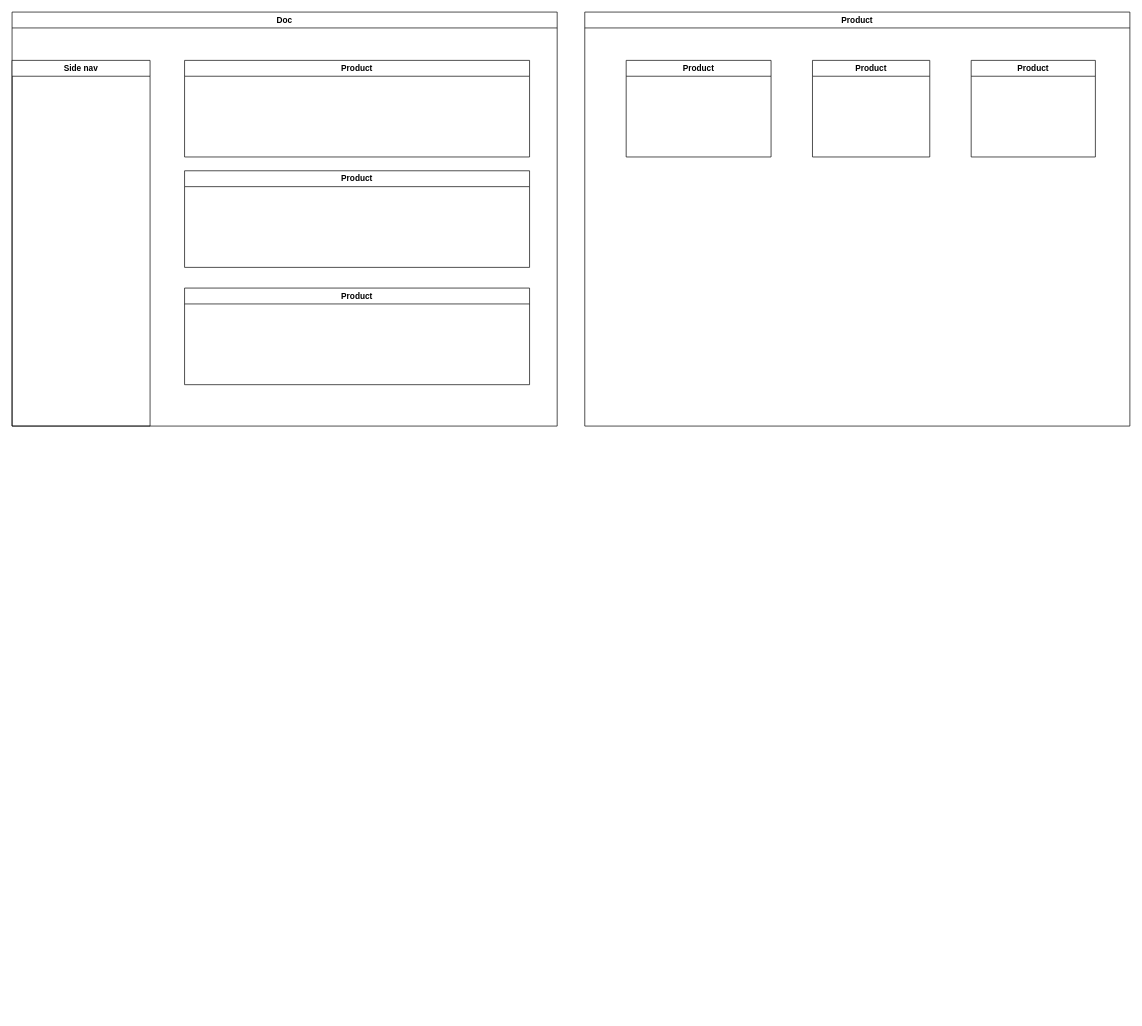
Before: Dronnex.drawio in pleycothh/DRONNEX, a draw.io diagram. Source tidied: cells renumbered, new cells numbered last; positions are measured from the earlier drawing's top-left corner, leaving out a move shared by most shapes. Both pictures are drawn from the tidied source at 69%, with x=0, y=0 at pixel (12, 12).
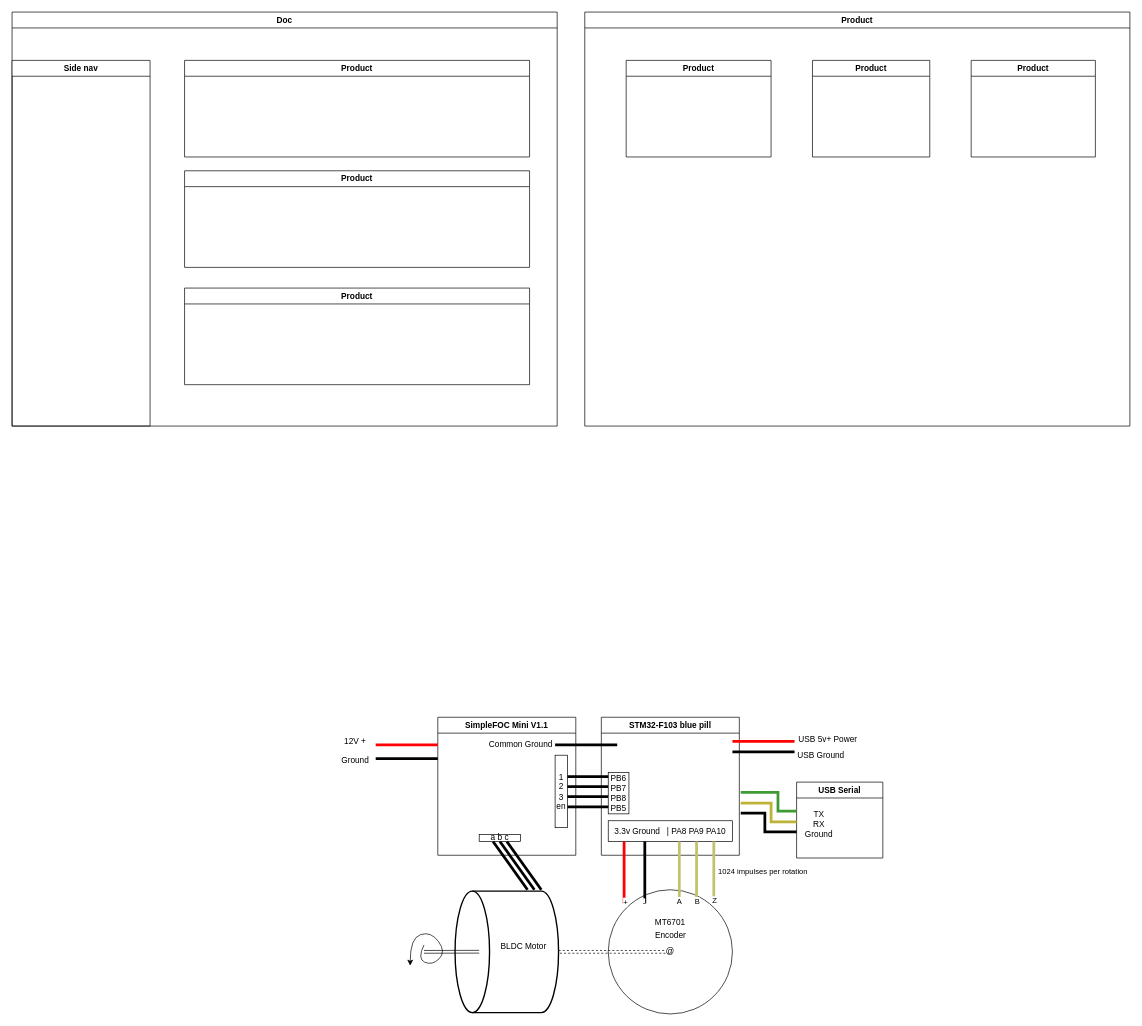
The same page after the edit.

Diff of the diagram source:
```diff
@@
+    <mxCell id="11" value="MT6701&lt;div&gt;&lt;br&gt;&lt;/div&gt;&lt;div&gt;&lt;br&gt;&lt;/div&gt;&lt;div&gt;@&lt;/div&gt;&lt;div&gt;&lt;br&gt;&lt;/div&gt;&lt;div&gt;&lt;br&gt;&lt;/div&gt;&lt;div&gt;&lt;br&gt;&lt;/div&gt;" style="ellipse;whiteSpace=wrap;html=1;" parent="1" vertex="1">
+      <mxGeometry x="864" y="1272" width="180" height="180" as="geometry" />
+    </mxCell>
+    <mxCell id="12" style="edgeStyle=orthogonalEdgeStyle;rounded=0;jettySize=auto;html=1;dashed=1;shape=link;" parent="1" edge="1" source="13">
+      <mxGeometry relative="1" as="geometry">
+        <mxPoint x="947" y="1362" as="targetPoint" />
+      </mxGeometry>
+    </mxCell>
+    <mxCell id="13" style="strokeWidth=2;html=1;shape=mxgraph.flowchart.database;whiteSpace=wrap;rotation=-90;" parent="1" vertex="1">
+      <mxGeometry x="629" y="1287" width="176" height="150" as="geometry" />
+    </mxCell>
+    <mxCell id="14" value="SimpleFOC Mini V1.1" style="swimlane;whiteSpace=wrap;html=1;" parent="1" vertex="1">
+      <mxGeometry x="617" y="1022" width="200" height="200" as="geometry" />
+    </mxCell>
+    <mxCell id="15" value="1&lt;div&gt;2&lt;/div&gt;&lt;div&gt;3&lt;/div&gt;&lt;div&gt;en&lt;/div&gt;" style="rounded=0;whiteSpace=wrap;html=1;" parent="14" vertex="1">
+      <mxGeometry x="170" y="55" width="18" height="105" as="geometry" />
+    </mxCell>
+    <mxCell id="16" value="a b c" style="rounded=0;whiteSpace=wrap;html=1;" parent="14" vertex="1">
+      <mxGeometry x="60" y="170" width="60" height="10" as="geometry" />
+    </mxCell>
+    <mxCell id="17" style="endArrow=none;html=1;rounded=0;strokeWidth=4;" parent="14" edge="1">
+      <mxGeometry relative="1" as="geometry">
+        <mxPoint x="150" y="250" as="sourcePoint" />
+        <mxPoint x="100" y="180" as="targetPoint" />
+      </mxGeometry>
+    </mxCell>
+    <mxCell id="18" style="edgeStyle=orthogonalEdgeStyle;rounded=0;orthogonalLoop=1;jettySize=auto;html=1;endArrow=none;startFill=0;strokeWidth=4;" parent="14" edge="1">
+      <mxGeometry relative="1" as="geometry">
+        <mxPoint x="247" y="100.7" as="sourcePoint" />
+        <mxPoint x="188" y="100.7" as="targetPoint" />
+        <Array as="points">
+          <mxPoint x="220" y="100.7" />
+          <mxPoint x="220" y="100.7" />
+        </Array>
+      </mxGeometry>
+    </mxCell>
+    <mxCell id="19" style="edgeStyle=orthogonalEdgeStyle;rounded=0;orthogonalLoop=1;jettySize=auto;html=1;endArrow=none;startFill=0;strokeWidth=4;" parent="14" edge="1">
+      <mxGeometry relative="1" as="geometry">
+        <mxPoint x="247" y="115" as="sourcePoint" />
+        <mxPoint x="188" y="115" as="targetPoint" />
+        <Array as="points">
+          <mxPoint x="220" y="115" />
+          <mxPoint x="220" y="115" />
+        </Array>
+      </mxGeometry>
+    </mxCell>
+    <mxCell id="20" style="edgeStyle=orthogonalEdgeStyle;rounded=0;orthogonalLoop=1;jettySize=auto;html=1;endArrow=none;startFill=0;strokeWidth=4;" parent="14" edge="1">
+      <mxGeometry relative="1" as="geometry">
+        <mxPoint x="180" y="40" as="sourcePoint" />
+        <mxPoint x="260" y="40" as="targetPoint" />
+        <Array as="points">
+          <mxPoint x="170" y="40" />
+          <mxPoint x="170" y="40" />
+        </Array>
+      </mxGeometry>
+    </mxCell>
+    <mxCell id="21" value="Common Ground" style="text;html=1;align=center;verticalAlign=middle;strokeColor=none;fillColor=none;" parent="14" vertex="1">
+      <mxGeometry x="60" y="25" width="120" height="30" as="geometry" />
+    </mxCell>
+    <mxCell id="22" value="STM32-F103 blue pill" style="swimlane;whiteSpace=wrap;html=1;" parent="1" vertex="1">
+      <mxGeometry x="854" y="1022" width="200" height="200" as="geometry" />
+    </mxCell>
+    <mxCell id="23" value="PB6&lt;div&gt;PB7&lt;/div&gt;&lt;div&gt;PB8&lt;/div&gt;&lt;div&gt;PB5&lt;/div&gt;" style="rounded=0;whiteSpace=wrap;html=1;" parent="22" vertex="1">
+      <mxGeometry x="10" y="80" width="30" height="60" as="geometry" />
+    </mxCell>
+    <mxCell id="24" value="3.3v Ground&amp;nbsp; &amp;nbsp;| PA8 PA9 PA10" style="rounded=0;whiteSpace=wrap;html=1;" parent="22" vertex="1">
+      <mxGeometry x="10" y="150" width="180" height="30" as="geometry" />
+    </mxCell>
+    <mxCell id="25" style="edgeStyle=orthogonalEdgeStyle;rounded=0;orthogonalLoop=1;jettySize=auto;html=1;endArrow=none;startFill=0;strokeWidth=4;" parent="22" edge="1">
+      <mxGeometry relative="1" as="geometry">
+        <mxPoint x="63" y="270" as="sourcePoint" />
+        <mxPoint x="63" y="180" as="targetPoint" />
+        <Array as="points">
+          <mxPoint x="63" y="240" />
+          <mxPoint x="63" y="210" />
+        </Array>
+      </mxGeometry>
+    </mxCell>
+    <mxCell id="26" value="-" style="edgeLabel;html=1;align=center;verticalAlign=middle;" parent="25" vertex="1">
+      <mxGeometry x="-0.95" y="2" relative="1" as="geometry" />
+    </mxCell>
+    <mxCell id="27" style="edgeStyle=orthogonalEdgeStyle;rounded=0;orthogonalLoop=1;jettySize=auto;html=1;endArrow=none;startFill=0;strokeWidth=4;strokeColor=light-dark(#c1c26b, #ededed);" parent="22" edge="1">
+      <mxGeometry relative="1" as="geometry">
+        <mxPoint x="138" y="270" as="sourcePoint" />
+        <mxPoint x="138" y="180" as="targetPoint" />
+        <Array as="points">
+          <mxPoint x="138" y="240" />
+          <mxPoint x="138" y="210" />
+        </Array>
+      </mxGeometry>
+    </mxCell>
+    <mxCell id="28" value="B" style="edgeLabel;html=1;align=center;verticalAlign=middle;" parent="27" vertex="1">
+      <mxGeometry x="-0.91" relative="1" as="geometry" />
+    </mxCell>
+    <mxCell id="29" style="edgeStyle=orthogonalEdgeStyle;rounded=0;orthogonalLoop=1;jettySize=auto;html=1;endArrow=none;startFill=0;strokeWidth=4;strokeColor=light-dark(#ff0000, #ededed);" parent="22" edge="1">
+      <mxGeometry relative="1" as="geometry">
+        <mxPoint x="33" y="270" as="sourcePoint" />
+        <mxPoint x="33" y="180" as="targetPoint" />
+        <Array as="points">
+          <mxPoint x="33" y="240" />
+          <mxPoint x="33" y="210" />
+        </Array>
+      </mxGeometry>
+    </mxCell>
+    <mxCell id="30" value="+" style="edgeLabel;html=1;align=center;verticalAlign=middle;" parent="29" vertex="1">
+      <mxGeometry x="-0.94" y="-1" relative="1" as="geometry" />
+    </mxCell>
+    <mxCell id="31" style="endArrow=none;html=1;rounded=0;strokeWidth=4;" parent="1" edge="1">
+      <mxGeometry relative="1" as="geometry">
+        <mxPoint x="747" y="1272" as="sourcePoint" />
+        <mxPoint x="697" y="1202" as="targetPoint" />
+      </mxGeometry>
+    </mxCell>
+    <mxCell id="32" style="endArrow=none;html=1;rounded=0;strokeWidth=4;" parent="1" edge="1">
+      <mxGeometry relative="1" as="geometry">
+        <mxPoint x="757" y="1272" as="sourcePoint" />
+        <mxPoint x="707" y="1202" as="targetPoint" />
+      </mxGeometry>
+    </mxCell>
+    <mxCell id="33" style="edgeStyle=orthogonalEdgeStyle;rounded=0;orthogonalLoop=1;jettySize=auto;html=1;endArrow=none;startFill=0;strokeWidth=4;" parent="1" edge="1">
+      <mxGeometry relative="1" as="geometry">
+        <mxPoint x="864" y="1108" as="sourcePoint" />
+        <mxPoint x="805" y="1108" as="targetPoint" />
+        <Array as="points">
+          <mxPoint x="837" y="1108" />
+          <mxPoint x="837" y="1108" />
+        </Array>
+      </mxGeometry>
+    </mxCell>
+    <mxCell id="34" style="edgeStyle=orthogonalEdgeStyle;rounded=0;orthogonalLoop=1;jettySize=auto;html=1;endArrow=none;startFill=0;strokeWidth=4;" parent="1" edge="1">
+      <mxGeometry relative="1" as="geometry">
+        <mxPoint x="864" y="1152" as="sourcePoint" />
+        <mxPoint x="805" y="1152" as="targetPoint" />
+        <Array as="points">
+          <mxPoint x="837" y="1152" />
+          <mxPoint x="837" y="1152" />
+        </Array>
+      </mxGeometry>
+    </mxCell>
+    <mxCell id="35" style="edgeStyle=orthogonalEdgeStyle;rounded=0;orthogonalLoop=1;jettySize=auto;html=1;endArrow=none;startFill=0;strokeWidth=4;strokeColor=light-dark(#c1c26b, #ededed);" parent="1" edge="1">
+      <mxGeometry relative="1" as="geometry">
+        <mxPoint x="1017" y="1292" as="sourcePoint" />
+        <mxPoint x="1017" y="1202" as="targetPoint" />
+        <Array as="points">
+          <mxPoint x="1017" y="1262" />
+          <mxPoint x="1017" y="1232" />
+        </Array>
+      </mxGeometry>
+    </mxCell>
+    <mxCell id="36" value="1024 impulses per rotation" style="edgeLabel;html=1;align=center;verticalAlign=middle;" parent="35" vertex="1">
+      <mxGeometry x="0.05" y="2" relative="1" as="geometry">
+        <mxPoint x="72" as="offset" />
+      </mxGeometry>
+    </mxCell>
+    <mxCell id="37" value="Z" style="edgeLabel;html=1;align=center;verticalAlign=middle;" parent="35" vertex="1">
+      <mxGeometry x="-0.88" relative="1" as="geometry" />
+    </mxCell>
+    <mxCell id="38" style="edgeStyle=orthogonalEdgeStyle;rounded=0;orthogonalLoop=1;jettySize=auto;html=1;endArrow=none;startFill=0;strokeWidth=4;strokeColor=light-dark(#c1c26b, #ededed);" parent="1" edge="1">
+      <mxGeometry relative="1" as="geometry">
+        <mxPoint x="967" y="1292" as="sourcePoint" />
+        <mxPoint x="967" y="1202" as="targetPoint" />
+        <Array as="points">
+          <mxPoint x="967" y="1262" />
+          <mxPoint x="967" y="1232" />
+        </Array>
+      </mxGeometry>
+    </mxCell>
+    <mxCell id="39" value="A" style="edgeLabel;html=1;align=center;verticalAlign=middle;" parent="38" vertex="1">
+      <mxGeometry x="-0.92" y="1" relative="1" as="geometry" />
+    </mxCell>
+    <mxCell id="40" style="shape=link;html=1;rounded=0;" parent="1" edge="1">
+      <mxGeometry relative="1" as="geometry">
+        <mxPoint x="597" y="1362" as="sourcePoint" />
+        <mxPoint x="677" y="1361.8" as="targetPoint" />
+      </mxGeometry>
+    </mxCell>
+    <mxCell id="41" style="curved=1;endArrow=classic;html=1;rounded=0;" parent="1" edge="1">
+      <mxGeometry relative="1" as="geometry">
+        <mxPoint x="597" y="1352" as="sourcePoint" />
+        <mxPoint x="577" y="1382" as="targetPoint" />
+        <Array as="points">
+          <mxPoint x="587" y="1372" />
+          <mxPoint x="609" y="1382" />
+          <mxPoint x="629" y="1362" />
+          <mxPoint x="607" y="1332" />
+          <mxPoint x="577" y="1342" />
+        </Array>
+      </mxGeometry>
+    </mxCell>
+    <mxCell id="42" style="edgeStyle=orthogonalEdgeStyle;rounded=0;orthogonalLoop=1;jettySize=auto;html=1;endArrow=none;startFill=0;strokeWidth=4;" parent="1" edge="1">
+      <mxGeometry relative="1" as="geometry">
+        <mxPoint x="537" y="1082" as="sourcePoint" />
+        <mxPoint x="617" y="1082" as="targetPoint" />
+        <Array as="points">
+          <mxPoint x="527" y="1082" />
+          <mxPoint x="527" y="1082" />
+        </Array>
+      </mxGeometry>
+    </mxCell>
+    <mxCell id="43" style="edgeStyle=orthogonalEdgeStyle;rounded=0;orthogonalLoop=1;jettySize=auto;html=1;endArrow=none;startFill=0;strokeWidth=4;strokeColor=light-dark(#ff0000, #ededed);" parent="1" edge="1">
+      <mxGeometry relative="1" as="geometry">
+        <mxPoint x="1134" y="1056.8" as="sourcePoint" />
+        <mxPoint x="1044" y="1056.8" as="targetPoint" />
+        <Array as="points">
+          <mxPoint x="1044" y="1056.8" />
+        </Array>
+      </mxGeometry>
+    </mxCell>
+    <mxCell id="44" style="edgeStyle=orthogonalEdgeStyle;rounded=0;orthogonalLoop=1;jettySize=auto;html=1;endArrow=none;startFill=0;strokeWidth=4;strokeColor=light-dark(#ff0000, #ededed);" parent="1" edge="1">
+      <mxGeometry relative="1" as="geometry">
+        <mxPoint x="617" y="1062" as="sourcePoint" />
+        <mxPoint x="527" y="1062" as="targetPoint" />
+        <Array as="points">
+          <mxPoint x="527" y="1062" />
+        </Array>
+      </mxGeometry>
+    </mxCell>
+    <mxCell id="45" value="12V +" style="text;html=1;align=center;verticalAlign=middle;strokeColor=none;fillColor=none;" parent="1" vertex="1">
+      <mxGeometry x="467" y="1042" width="60" height="30" as="geometry" />
+    </mxCell>
+    <mxCell id="46" value="Ground" style="text;html=1;align=center;verticalAlign=middle;strokeColor=none;fillColor=none;" parent="1" vertex="1">
+      <mxGeometry x="467" y="1070" width="60" height="30" as="geometry" />
+    </mxCell>
+    <mxCell id="47" style="edgeStyle=orthogonalEdgeStyle;rounded=0;orthogonalLoop=1;jettySize=auto;html=1;endArrow=none;startFill=0;strokeWidth=4;" parent="1" edge="1">
+      <mxGeometry relative="1" as="geometry">
+        <mxPoint x="1054" y="1072" as="sourcePoint" />
+        <mxPoint x="1134" y="1072" as="targetPoint" />
+        <Array as="points">
+          <mxPoint x="1044" y="1072" />
+          <mxPoint x="1044" y="1072" />
+        </Array>
+      </mxGeometry>
+    </mxCell>
+    <mxCell id="48" value="USB 5v+ Power" style="text;html=1;align=center;verticalAlign=middle;strokeColor=none;fillColor=none;" parent="1" vertex="1">
+      <mxGeometry x="1127" y="1040" width="110" height="30" as="geometry" />
+    </mxCell>
+    <mxCell id="49" value="USB Ground" style="text;html=1;align=center;verticalAlign=middle;strokeColor=none;fillColor=none;" parent="1" vertex="1">
+      <mxGeometry x="1127" y="1062" width="90" height="30" as="geometry" />
+    </mxCell>
+    <mxCell id="50" value="USB Serial" style="swimlane;whiteSpace=wrap;html=1;" parent="1" vertex="1">
+      <mxGeometry x="1137" y="1116" width="125" height="110" as="geometry" />
+    </mxCell>
+    <mxCell id="51" value="TX&lt;div&gt;RX&lt;/div&gt;&lt;div&gt;Ground&lt;/div&gt;" style="text;html=1;align=center;verticalAlign=middle;strokeColor=none;fillColor=none;" parent="50" vertex="1">
+      <mxGeometry x="3" y="33" width="58" height="55" as="geometry" />
+    </mxCell>
+    <mxCell id="52" style="edgeStyle=orthogonalEdgeStyle;rounded=0;orthogonalLoop=1;jettySize=auto;html=1;endArrow=none;startFill=0;strokeWidth=4;entryX=0;entryY=0.5;entryDx=0;entryDy=0;" parent="1" edge="1">
+      <mxGeometry relative="1" as="geometry">
+        <mxPoint x="1056" y="1161" as="sourcePoint" />
+        <mxPoint x="1137" y="1188" as="targetPoint" />
+        <Array as="points">
+          <mxPoint x="1091" y="1161" />
+          <mxPoint x="1091" y="1188" />
+        </Array>
+      </mxGeometry>
+    </mxCell>
+    <mxCell id="53" style="edgeStyle=orthogonalEdgeStyle;rounded=0;orthogonalLoop=1;jettySize=auto;html=1;endArrow=none;startFill=0;strokeWidth=4;entryX=0;entryY=0.5;entryDx=0;entryDy=0;strokeColor=light-dark(#beb337, #ededed);" parent="1" edge="1">
+      <mxGeometry relative="1" as="geometry">
+        <mxPoint x="1056" y="1146.5" as="sourcePoint" />
+        <mxPoint x="1137" y="1173.5" as="targetPoint" />
+        <Array as="points">
+          <mxPoint x="1100" y="1147" />
+          <mxPoint x="1100" y="1174" />
+        </Array>
+      </mxGeometry>
+    </mxCell>
+    <mxCell id="54" style="edgeStyle=orthogonalEdgeStyle;rounded=0;orthogonalLoop=1;jettySize=auto;html=1;endArrow=none;startFill=0;strokeWidth=4;entryX=0;entryY=0.5;entryDx=0;entryDy=0;strokeColor=light-dark(#3e9a32, #ededed);" parent="1" edge="1">
+      <mxGeometry relative="1" as="geometry">
+        <mxPoint x="1056" y="1131" as="sourcePoint" />
+        <mxPoint x="1137" y="1158" as="targetPoint" />
+        <Array as="points">
+          <mxPoint x="1110" y="1131" />
+          <mxPoint x="1110" y="1158" />
+        </Array>
+      </mxGeometry>
+    </mxCell>
+    <mxCell id="55" value="BLDC Motor" style="text;html=1;align=center;verticalAlign=middle;strokeColor=none;fillColor=none;" parent="1" vertex="1">
+      <mxGeometry x="699" y="1342" width="84" height="26" as="geometry" />
+    </mxCell>
+    <mxCell id="56" value="Encoder" style="text;html=1;align=center;verticalAlign=middle;strokeColor=none;fillColor=none;" parent="1" vertex="1">
+      <mxGeometry x="922.5" y="1325" width="63" height="26" as="geometry" />
+    </mxCell>
```
